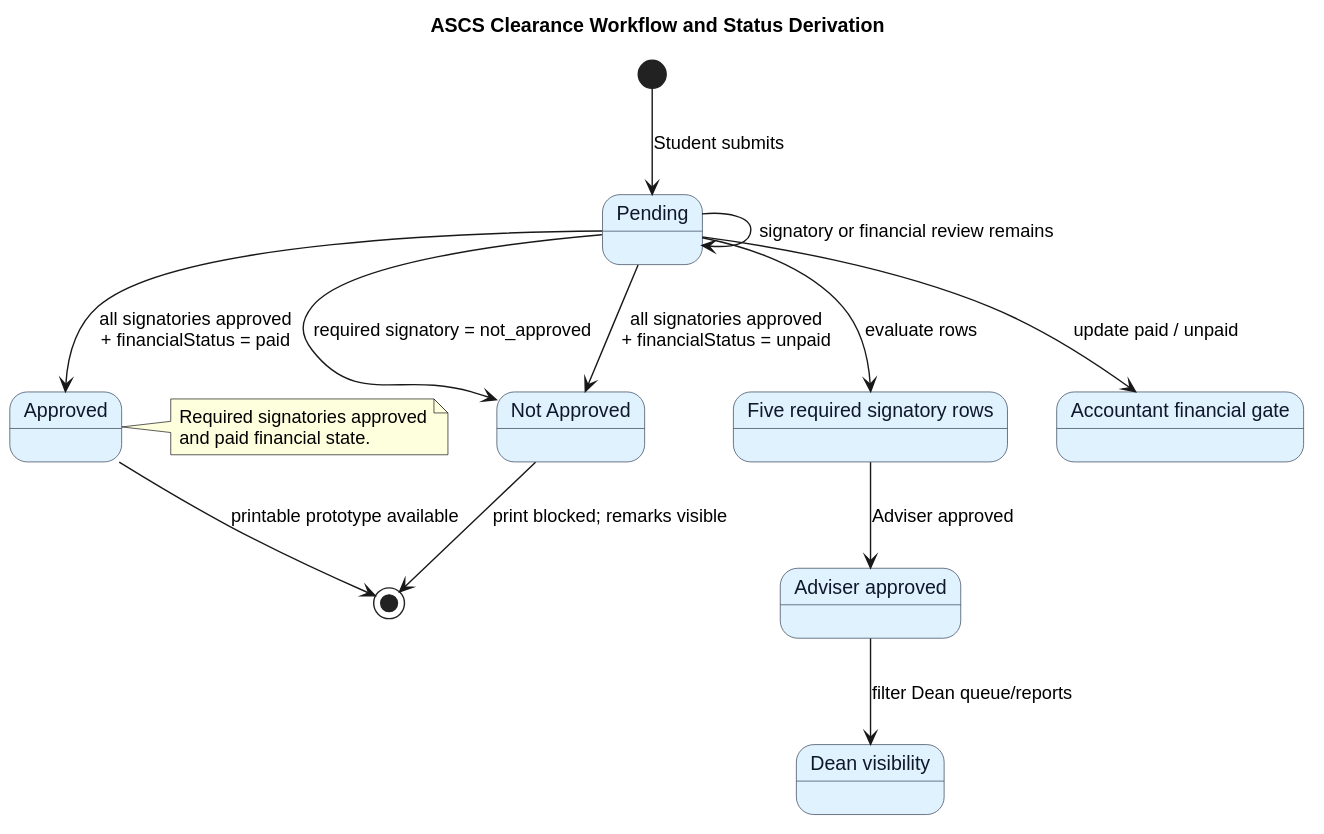
Above: docs/diagrams/svg/05-clearance-workflow.svg in lucifron28/ascs (PlantUML), before the change.
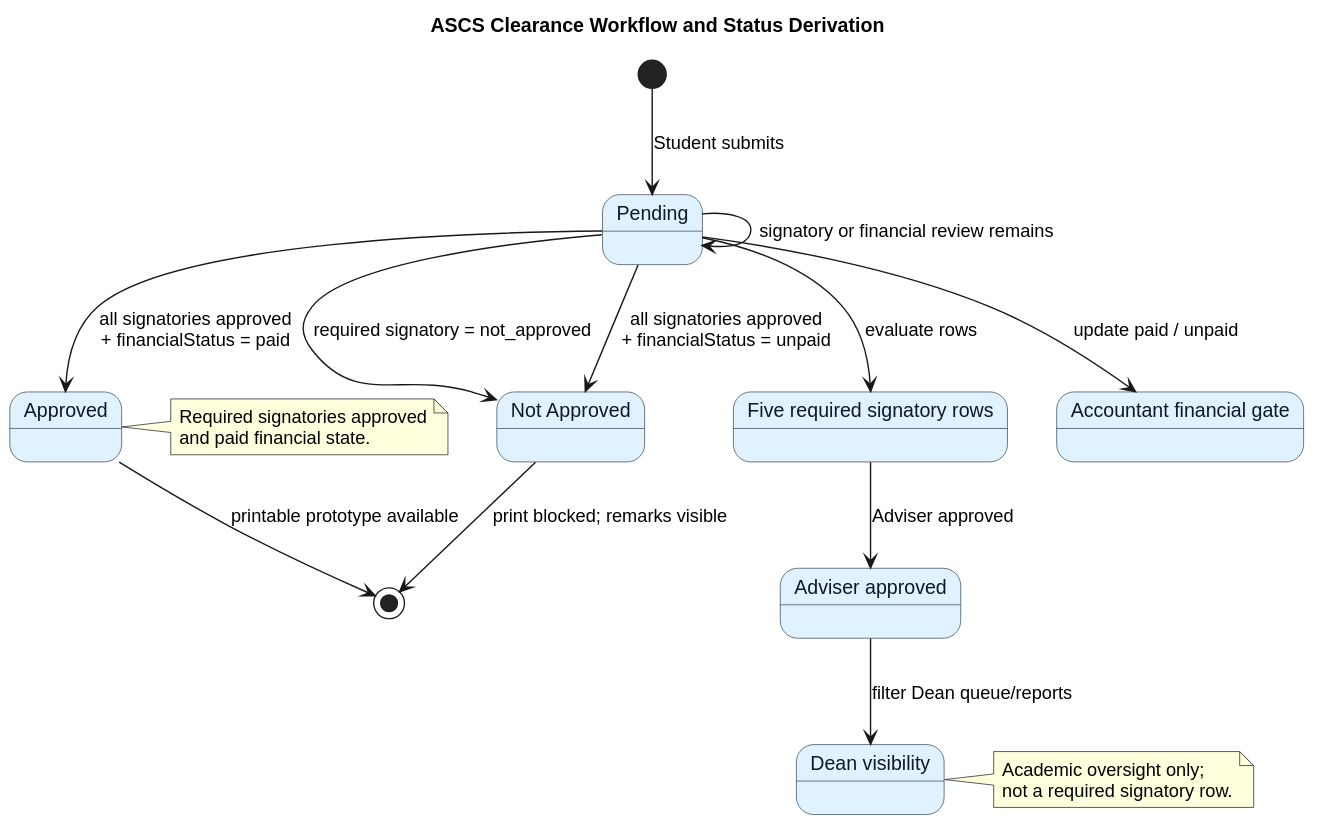
The same file after the commit.

The edit, as a diff of the source:
```diff
@@ -32,6 +32,11 @@
 Signatories --> AdviserGate : Adviser approved
 AdviserGate --> DeanView : filter Dean queue/reports
 
+note right of DeanView
+Academic oversight only;
+not a required signatory row.
+end note
+
 note right of Approved
 Required signatories approved
 and paid financial state.
```
